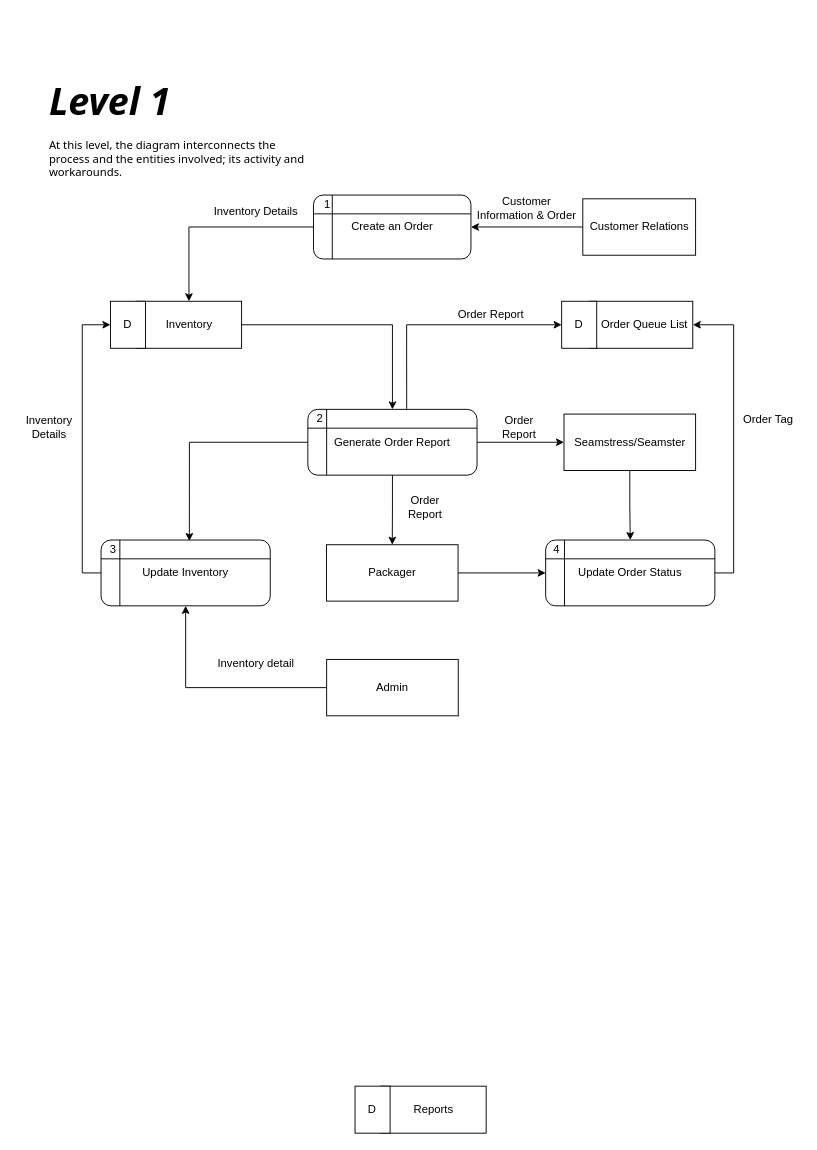
BryanFabellore/Team_SPOTLIGHT keeps this draw.io diagram as page "(Rev:2) Level 1 DFD" (3 of 7) of DFD DIAGRAMS.drawio. Above is the earlier version. Source tidied: cells renumbered, new cells numbered last; positions are measured from the earlier drawing's top-left corner, leaving out a move shared by most shapes. Both pictures are drawn from the tidied source at 94%, with x=0, y=0 at pixel (16, 72).
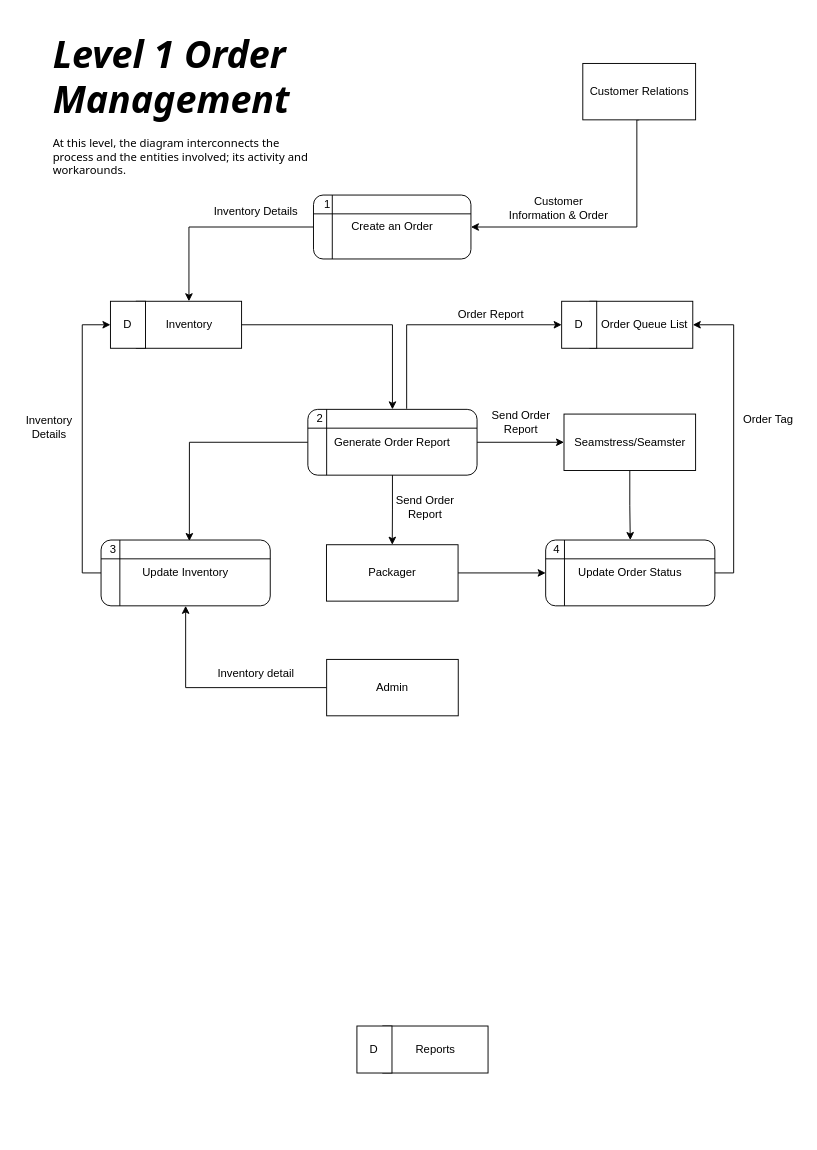
The same page after the edit.

The change refers to these unchanged cells:
```xml
<mxCell id="3" value="Create an Order" style="shape=internalStorage;whiteSpace=wrap;html=1;backgroundOutline=1;rounded=1;strokeColor=default;fontFamily=Helvetica;fontSize=12;fontColor=default;fillColor=#FFFFFF;" parent="1" vertex="1">
  <mxGeometry x="316" y="130" width="167.5" height="68" as="geometry" />
</mxCell>
```

Diff of the diagram source:
```diff
@@
-    <mxCell id="4" style="edgeStyle=orthogonalEdgeStyle;rounded=0;jettySize=auto;html=1;entryX=1;entryY=0.5;entryDx=0;entryDy=0;" parent="1" edge="1" source="5" target="3">
-      <mxGeometry relative="1" as="geometry" />
+    <mxCell id="4" style="edgeStyle=orthogonalEdgeStyle;rounded=0;jettySize=auto;html=1;entryX=1;entryY=0.5;entryDx=0;entryDy=0;exitX=0.5;exitY=1;exitDx=0;exitDy=0;" parent="1" edge="1" source="5" target="3">
+      <mxGeometry relative="1" as="geometry">
+        <Array as="points">
+          <mxPoint x="660" y="164" />
+        </Array>
+      </mxGeometry>
     </mxCell>
     <mxCell id="5" value="Customer Relations" style="rounded=0;whiteSpace=wrap;html=1;strokeColor=default;fontFamily=Helvetica;fontSize=12;fontColor=default;fillColor=#FFFFFF;" parent="1" vertex="1">
-      <mxGeometry x="602.5" y="134" width="120" height="60" as="geometry" />
+      <mxGeometry x="602.5" y="-10" width="120" height="60" as="geometry" />
     </mxCell>
@@
-    <mxCell id="9" value="&lt;h1&gt;&lt;i&gt;&lt;font face=&quot;Tahoma&quot; style=&quot;font-size: 40px;&quot;&gt;Level 1&lt;/font&gt;&lt;/i&gt;&lt;/h1&gt;&lt;p&gt;&lt;font face=&quot;Tahoma&quot;&gt;At this level, the diagram interconnects the process and the entities involved; its activity and workarounds.&lt;/font&gt;&lt;/p&gt;" style="text;html=1;strokeColor=none;fillColor=none;spacing=5;spacingTop=-20;whiteSpace=wrap;overflow=hidden;rounded=0;" parent="1" vertex="1">
-      <mxGeometry x="30" width="290" height="130" as="geometry" />
+    <mxCell id="9" value="&lt;h1&gt;&lt;i&gt;&lt;font face=&quot;Tahoma&quot; style=&quot;font-size: 40px;&quot;&gt;Level 1 Order Management&lt;/font&gt;&lt;/i&gt;&lt;/h1&gt;&lt;p&gt;&lt;font face=&quot;Tahoma&quot;&gt;At this level, the diagram interconnects the process and the entities involved; its activity and workarounds.&lt;/font&gt;&lt;/p&gt;" style="text;html=1;strokeColor=none;fillColor=none;spacing=5;spacingTop=-20;whiteSpace=wrap;overflow=hidden;rounded=0;" parent="1" vertex="1">
+      <mxGeometry x="34" y="-50" width="290" height="170" as="geometry" />
     </mxCell>
@@
     <mxCell id="13" style="group;" parent="1" vertex="1">
-      <mxGeometry x="360.2" y="1078" width="139.5" height="50" as="geometry" />
+      <mxGeometry x="362.2" y="1014" width="139.5" height="50" as="geometry" />
     </mxCell>
@@
     <mxCell id="16" value="Customer Information &amp;amp; Order" style="text;html=1;strokeColor=none;fillColor=none;align=center;verticalAlign=middle;whiteSpace=wrap;rounded=0;" parent="1" vertex="1">
-      <mxGeometry x="487.5" y="130" width="110" height="28" as="geometry" />
+      <mxGeometry x="522" y="130" width="110" height="28" as="geometry" />
     </mxCell>
@@
-    <mxCell id="40" value="Order Report" style="text;html=1;strokeColor=none;fillColor=none;align=center;verticalAlign=middle;whiteSpace=wrap;rounded=0;" parent="1" vertex="1">
+    <mxCell id="40" value="Send Order Report" style="text;html=1;strokeColor=none;fillColor=none;align=center;verticalAlign=middle;whiteSpace=wrap;rounded=0;" parent="1" vertex="1">
       <mxGeometry x="399.8" y="448" width="70" height="28" as="geometry" />
     </mxCell>
-    <mxCell id="41" value="Order Report" style="text;html=1;strokeColor=none;fillColor=none;align=center;verticalAlign=middle;whiteSpace=wrap;rounded=0;" parent="1" vertex="1">
-      <mxGeometry x="500" y="363" width="70" height="28" as="geometry" />
+    <mxCell id="41" value="Send Order Report" style="text;html=1;strokeColor=none;fillColor=none;align=center;verticalAlign=middle;whiteSpace=wrap;rounded=0;" parent="1" vertex="1">
+      <mxGeometry x="501.8" y="358" width="70" height="28" as="geometry" />
     </mxCell>
@@
     <mxCell id="46" value="Inventory detail" style="text;html=1;strokeColor=none;fillColor=none;align=center;verticalAlign=middle;whiteSpace=wrap;rounded=0;" parent="1" vertex="1">
-      <mxGeometry x="200" y="614" width="110" height="29" as="geometry" />
+      <mxGeometry x="200" y="624" width="110" height="29" as="geometry" />
     </mxCell>
```
